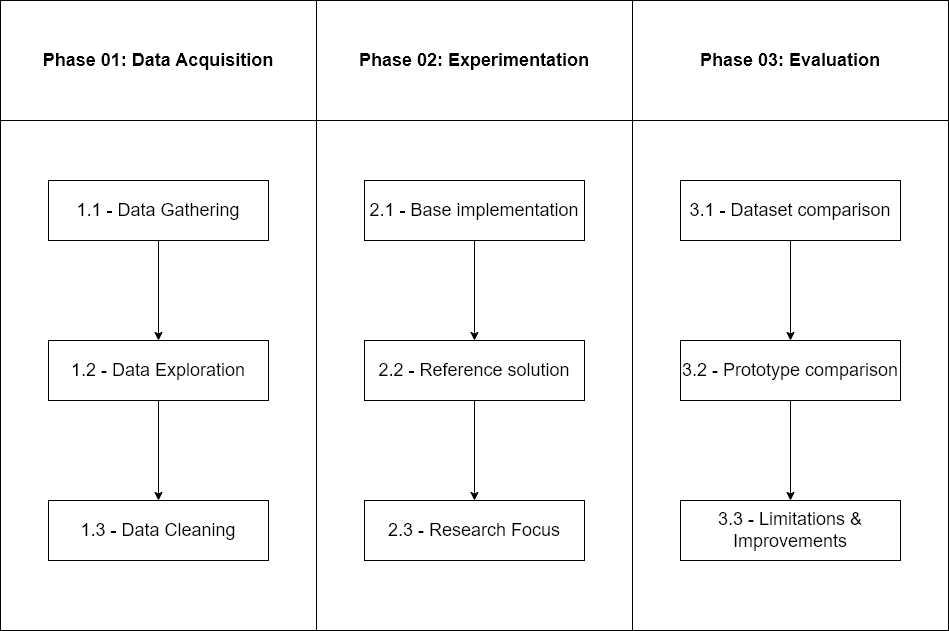
This is doc/pipeline.png from frankieinguanez/com.mcast.projects.sudoku, a draw.io export, as it was before one commit. Source tidied: cells renumbered, new cells last; positions are measured from the earlier drawing's top-left corner, leaving out a move shared by most shapes. Its diagram source:
```xml
<mxGraphModel>
  <root>
    <mxCell id="0" />
    <mxCell id="1" parent="0" />
    <mxCell id="2" value="&lt;font style=&quot;font-size: 18px;&quot;&gt;&lt;b&gt;Phase 01: Data Acquisition&lt;/b&gt;&lt;/font&gt;" style="rounded=0;whiteSpace=wrap;html=1;" parent="1" vertex="1">
      <mxGeometry width="316" height="120" as="geometry" />
    </mxCell>
    <mxCell id="3" value="&lt;font style=&quot;font-size: 18px;&quot;&gt;&lt;b&gt;Phase 02: Experimentation&lt;/b&gt;&lt;/font&gt;" style="rounded=0;whiteSpace=wrap;html=1;" parent="1" vertex="1">
      <mxGeometry x="316" width="316" height="120" as="geometry" />
    </mxCell>
    <mxCell id="4" value="&lt;font style=&quot;font-size: 18px;&quot;&gt;&lt;b&gt;Phase 03: Evaluation&lt;/b&gt;&lt;/font&gt;" style="rounded=0;whiteSpace=wrap;html=1;" parent="1" vertex="1">
      <mxGeometry x="632" width="316" height="120" as="geometry" />
    </mxCell>
    <mxCell id="5" style="rounded=0;whiteSpace=wrap;html=1;fontSize=18;" parent="1" vertex="1">
      <mxGeometry y="120" width="316" height="510" as="geometry" />
    </mxCell>
    <mxCell id="6" style="edgeStyle=orthogonalEdgeStyle;rounded=0;jettySize=auto;html=1;fontSize=18;" parent="1" edge="1" source="7" target="9">
      <mxGeometry relative="1" as="geometry" />
    </mxCell>
    <mxCell id="7" value="1.1 - Data Gathering" style="rounded=0;whiteSpace=wrap;html=1;fontSize=18;" parent="1" vertex="1">
      <mxGeometry x="48" y="180" width="220" height="60" as="geometry" />
    </mxCell>
    <mxCell id="8" style="edgeStyle=orthogonalEdgeStyle;rounded=0;jettySize=auto;html=1;fontSize=18;" parent="1" edge="1" source="9" target="10">
      <mxGeometry relative="1" as="geometry" />
    </mxCell>
    <mxCell id="9" value="1.2 - Data Exploration" style="rounded=0;whiteSpace=wrap;html=1;fontSize=18;" parent="1" vertex="1">
      <mxGeometry x="48" y="340" width="220" height="60" as="geometry" />
    </mxCell>
    <mxCell id="10" value="1.3 - Data Cleaning" style="rounded=0;whiteSpace=wrap;html=1;fontSize=18;" parent="1" vertex="1">
      <mxGeometry x="48" y="500" width="220" height="60" as="geometry" />
    </mxCell>
    <mxCell id="11" style="rounded=0;whiteSpace=wrap;html=1;fontSize=18;" parent="1" vertex="1">
      <mxGeometry x="316" y="120" width="316" height="510" as="geometry" />
    </mxCell>
    <mxCell id="12" style="rounded=0;whiteSpace=wrap;html=1;fontSize=18;" parent="1" vertex="1">
      <mxGeometry x="632" y="120" width="316" height="510" as="geometry" />
    </mxCell>
    <mxCell id="13" style="edgeStyle=orthogonalEdgeStyle;rounded=0;jettySize=auto;html=1;entryX=0.5;entryY=0;entryDx=0;entryDy=0;fontSize=18;" parent="1" edge="1" source="14" target="16">
      <mxGeometry relative="1" as="geometry" />
    </mxCell>
    <mxCell id="14" value="2.1 - Base implementation" style="rounded=0;whiteSpace=wrap;html=1;fontSize=18;" parent="1" vertex="1">
      <mxGeometry x="364" y="180" width="220" height="60" as="geometry" />
    </mxCell>
    <mxCell id="15" style="edgeStyle=orthogonalEdgeStyle;rounded=0;jettySize=auto;html=1;entryX=0.5;entryY=0;entryDx=0;entryDy=0;fontSize=18;" parent="1" edge="1" source="16" target="17">
      <mxGeometry relative="1" as="geometry" />
    </mxCell>
    <mxCell id="16" value="2.2 - Reference solution" style="rounded=0;whiteSpace=wrap;html=1;fontSize=18;" parent="1" vertex="1">
      <mxGeometry x="364" y="340" width="220" height="60" as="geometry" />
    </mxCell>
    <mxCell id="17" value="2.3 - Research Focus" style="rounded=0;whiteSpace=wrap;html=1;fontSize=18;" parent="1" vertex="1">
      <mxGeometry x="364" y="500" width="220" height="60" as="geometry" />
    </mxCell>
    <mxCell id="18" style="edgeStyle=orthogonalEdgeStyle;rounded=0;jettySize=auto;html=1;fontSize=18;" parent="1" edge="1" source="19" target="21">
      <mxGeometry relative="1" as="geometry" />
    </mxCell>
    <mxCell id="19" value="3.1 - Dataset comparison" style="rounded=0;whiteSpace=wrap;html=1;fontSize=18;" parent="1" vertex="1">
      <mxGeometry x="680" y="180" width="220" height="60" as="geometry" />
    </mxCell>
    <mxCell id="20" style="edgeStyle=orthogonalEdgeStyle;rounded=0;jettySize=auto;html=1;entryX=0.5;entryY=0;entryDx=0;entryDy=0;fontSize=18;" parent="1" edge="1" source="21" target="22">
      <mxGeometry relative="1" as="geometry" />
    </mxCell>
    <mxCell id="21" value="3.2 - Prototype comparison" style="rounded=0;whiteSpace=wrap;html=1;fontSize=18;" parent="1" vertex="1">
      <mxGeometry x="680" y="340" width="220" height="60" as="geometry" />
    </mxCell>
    <mxCell id="22" value="3.3 - Limitations &amp;amp; Improvements" style="rounded=0;whiteSpace=wrap;html=1;fontSize=18;" parent="1" vertex="1">
      <mxGeometry x="680" y="500" width="220" height="60" as="geometry" />
    </mxCell>
  </root>
</mxGraphModel>
```
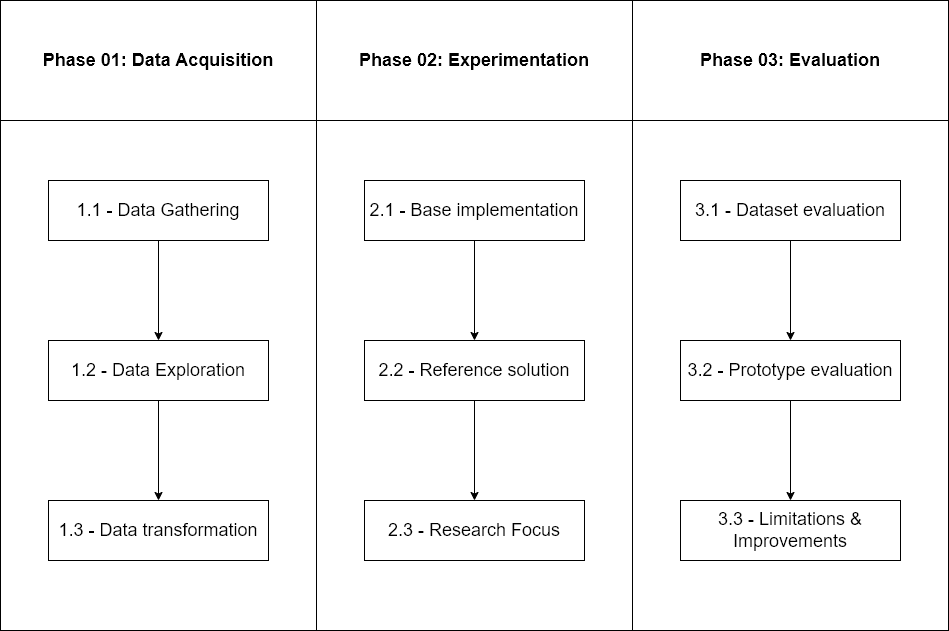
After the change.

Change to the diagram source:
```diff
@@ -26,7 +26,7 @@
     <mxCell id="9" value="1.2 - Data Exploration" style="rounded=0;whiteSpace=wrap;html=1;fontSize=18;" parent="1" vertex="1">
       <mxGeometry x="48" y="340" width="220" height="60" as="geometry" />
     </mxCell>
-    <mxCell id="10" value="1.3 - Data Cleaning" style="rounded=0;whiteSpace=wrap;html=1;fontSize=18;" parent="1" vertex="1">
+    <mxCell id="10" value="1.3 - Data transformation" style="rounded=0;whiteSpace=wrap;html=1;fontSize=18;" parent="1" vertex="1">
       <mxGeometry x="48" y="500" width="220" height="60" as="geometry" />
     </mxCell>
     <mxCell id="11" style="rounded=0;whiteSpace=wrap;html=1;fontSize=18;" parent="1" vertex="1">
@@ -53,13 +53,13 @@
     <mxCell id="18" style="edgeStyle=orthogonalEdgeStyle;rounded=0;jettySize=auto;html=1;fontSize=18;" parent="1" edge="1" source="19" target="21">
       <mxGeometry relative="1" as="geometry" />
     </mxCell>
-    <mxCell id="19" value="3.1 - Dataset comparison" style="rounded=0;whiteSpace=wrap;html=1;fontSize=18;" parent="1" vertex="1">
+    <mxCell id="19" value="3.1 - Dataset evaluation" style="rounded=0;whiteSpace=wrap;html=1;fontSize=18;" parent="1" vertex="1">
       <mxGeometry x="680" y="180" width="220" height="60" as="geometry" />
     </mxCell>
     <mxCell id="20" style="edgeStyle=orthogonalEdgeStyle;rounded=0;jettySize=auto;html=1;entryX=0.5;entryY=0;entryDx=0;entryDy=0;fontSize=18;" parent="1" edge="1" source="21" target="22">
       <mxGeometry relative="1" as="geometry" />
     </mxCell>
-    <mxCell id="21" value="3.2 - Prototype comparison" style="rounded=0;whiteSpace=wrap;html=1;fontSize=18;" parent="1" vertex="1">
+    <mxCell id="21" value="3.2 - Prototype evaluation" style="rounded=0;whiteSpace=wrap;html=1;fontSize=18;" parent="1" vertex="1">
       <mxGeometry x="680" y="340" width="220" height="60" as="geometry" />
     </mxCell>
     <mxCell id="22" value="3.3 - Limitations &amp;amp; Improvements" style="rounded=0;whiteSpace=wrap;html=1;fontSize=18;" parent="1" vertex="1">
```
